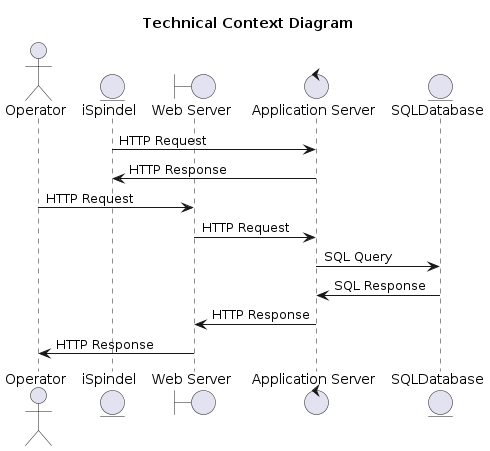
asbor/iu-project-software-engineering keeps this PlantUML diagram as documents/01-Conception-Phase/images/03-Context-View-Technical.png. Above is the earlier version.
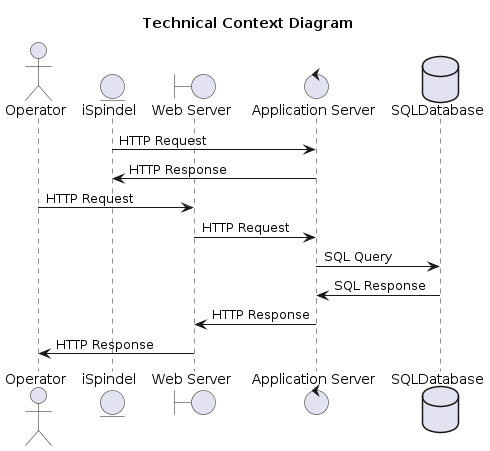
The same diagram one commit later.

Diff of the diagram source:
```diff
@@ -6,7 +6,7 @@
 entity ISpindel as "iSpindel"
 boundary WebServer as "Web Server"
 control AppServer as "Application Server"
-entity Database as "SQLDatabase"
+database Database as "SQLDatabase"
 
 ISpindel -> AppServer : HTTP Request
 AppServer -> ISpindel : HTTP Response
```
